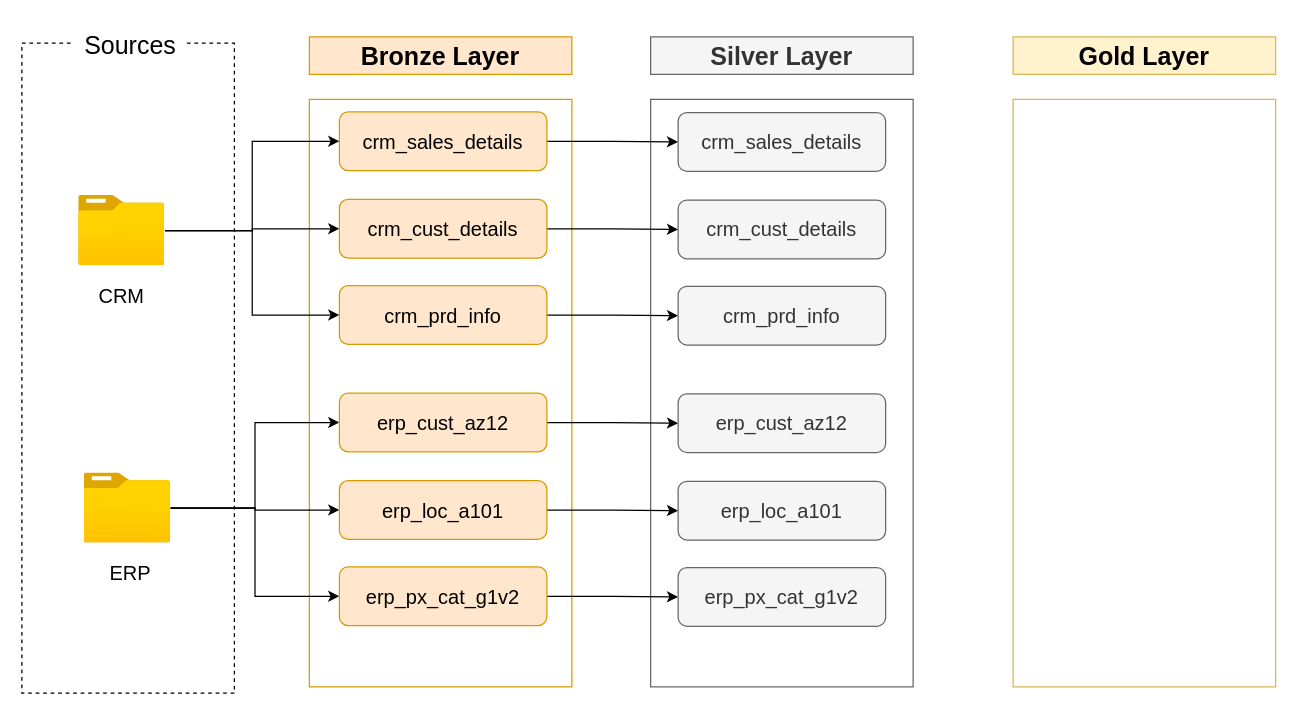
pietro-cg/sql-data-warehouse-project keeps this draw.io diagram as docs/Data Flow Diagram.drawio. Above is the earlier version. Source tidied: cells renumbered, new cells numbered last; positions are measured from the earlier drawing's top-left corner, leaving out a move shared by most shapes. Both pictures are drawn from the tidied source at 125%, with x=0, y=0 at pixel (21, 21).
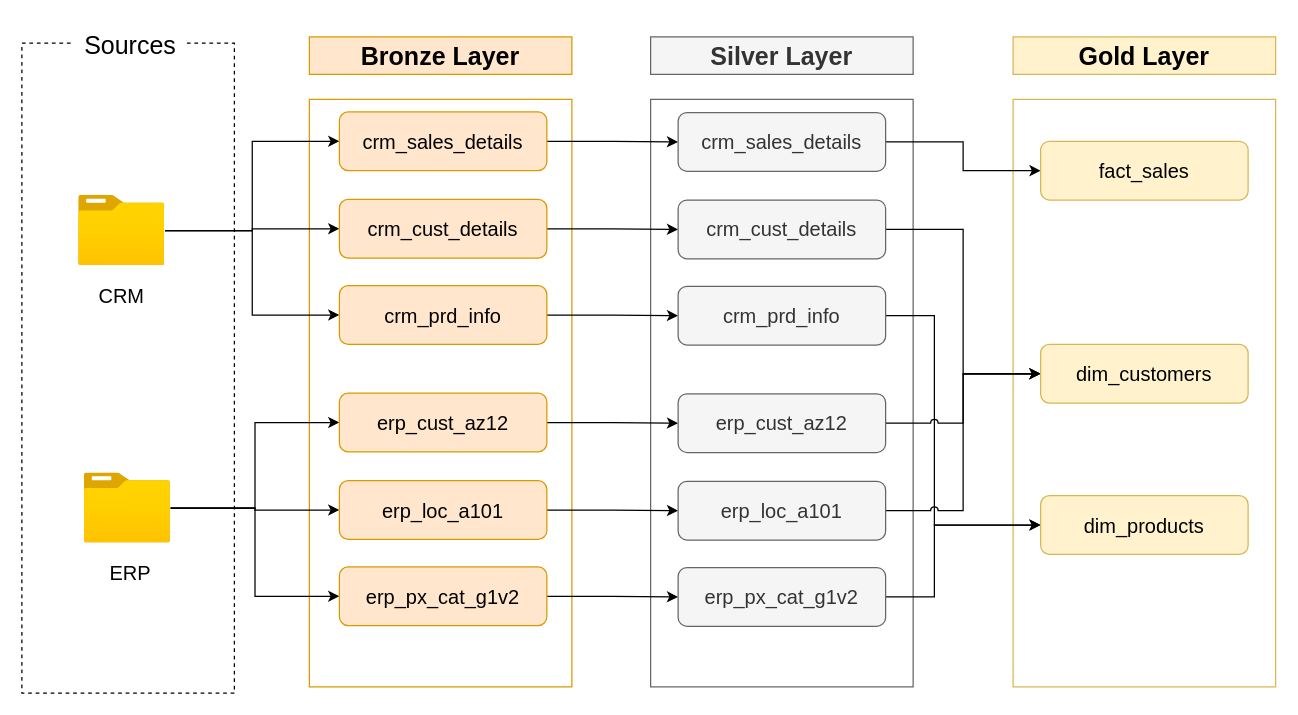
Above is the later version.

Commit message (it also covers changes not shown here):
Updated Data Flow Diagram and Consolidated all the gold view scripts into a single DDL script

The change refers to these unchanged cells:
```xml
<mxCell id="32" value="crm_sales_details" style="rounded=1;whiteSpace=wrap;html=1;fillColor=#f5f5f5;strokeColor=#666666;fontSize=16;fontColor=#333333;" parent="1" vertex="1">
  <mxGeometry x="525" y="72.5" width="166" height="47" as="geometry" />
</mxCell>
<mxCell id="33" value="crm_cust_details" style="rounded=1;whiteSpace=wrap;html=1;fillColor=#f5f5f5;strokeColor=#666666;fontSize=16;fontColor=#333333;" parent="1" vertex="1">
  <mxGeometry x="525" y="142.5" width="166" height="47" as="geometry" />
</mxCell>
<mxCell id="34" value="crm_prd_info" style="rounded=1;whiteSpace=wrap;html=1;fillColor=#f5f5f5;strokeColor=#666666;fontSize=16;fontColor=#333333;" parent="1" vertex="1">
  <mxGeometry x="525" y="211.5" width="166" height="47" as="geometry" />
</mxCell>
<mxCell id="35" value="erp_cust_az12" style="rounded=1;whiteSpace=wrap;html=1;fillColor=#f5f5f5;strokeColor=#666666;fontSize=16;fontColor=#333333;" parent="1" vertex="1">
  <mxGeometry x="525" y="297.5" width="166" height="47" as="geometry" />
</mxCell>
<mxCell id="36" value="erp_loc_a101" style="rounded=1;whiteSpace=wrap;html=1;fillColor=#f5f5f5;strokeColor=#666666;fontSize=16;fontColor=#333333;" parent="1" vertex="1">
  <mxGeometry x="525" y="367.5" width="166" height="47" as="geometry" />
</mxCell>
<mxCell id="37" value="erp_px_cat_g1v2" style="rounded=1;whiteSpace=wrap;html=1;fillColor=#f5f5f5;strokeColor=#666666;fontSize=16;fontColor=#333333;" parent="1" vertex="1">
  <mxGeometry x="525" y="436.5" width="166" height="47" as="geometry" />
</mxCell>
```

Diff of the diagram source:
```diff
@@
+    <mxCell id="38" style="edgeStyle=orthogonalEdgeStyle;rounded=0;jettySize=auto;html=1;jumpStyle=arc;" parent="1" edge="1" source="32" target="44">
+      <mxGeometry relative="1" as="geometry" />
+    </mxCell>
@@
+    <mxCell id="39" style="edgeStyle=orthogonalEdgeStyle;rounded=0;jettySize=auto;html=1;entryX=0;entryY=0.5;entryDx=0;entryDy=0;jumpStyle=arc;" parent="1" edge="1" source="33" target="45">
+      <mxGeometry relative="1" as="geometry" />
+    </mxCell>
@@
+    <mxCell id="40" style="edgeStyle=orthogonalEdgeStyle;rounded=0;jettySize=auto;html=1;entryX=0;entryY=0.5;entryDx=0;entryDy=0;jumpStyle=arc;" parent="1" edge="1" source="34" target="46">
+      <mxGeometry relative="1" as="geometry">
+        <Array as="points">
+          <mxPoint x="730" y="235" />
+          <mxPoint x="730" y="403" />
+        </Array>
+      </mxGeometry>
+    </mxCell>
@@
+    <mxCell id="41" style="edgeStyle=orthogonalEdgeStyle;rounded=0;jettySize=auto;html=1;entryX=0;entryY=0.5;entryDx=0;entryDy=0;jumpStyle=arc;" parent="1" edge="1" source="35" target="45">
+      <mxGeometry relative="1" as="geometry" />
+    </mxCell>
@@
+    <mxCell id="42" style="edgeStyle=orthogonalEdgeStyle;rounded=0;jettySize=auto;html=1;entryX=0;entryY=0.5;entryDx=0;entryDy=0;jumpStyle=arc;" parent="1" edge="1" source="36" target="45">
+      <mxGeometry relative="1" as="geometry" />
+    </mxCell>
@@
+    <mxCell id="43" style="edgeStyle=orthogonalEdgeStyle;rounded=0;jettySize=auto;html=1;entryX=0;entryY=0.5;entryDx=0;entryDy=0;jumpStyle=arc;" parent="1" edge="1" source="37" target="46">
+      <mxGeometry relative="1" as="geometry">
+        <Array as="points">
+          <mxPoint x="730" y="460" />
+          <mxPoint x="730" y="403" />
+        </Array>
+      </mxGeometry>
+    </mxCell>
@@
+    <mxCell id="44" value="fact_sales" style="rounded=1;whiteSpace=wrap;html=1;fillColor=#fff2cc;strokeColor=#d6b656;fontSize=16;" parent="1" vertex="1">
+      <mxGeometry x="815" y="95.5" width="166" height="47" as="geometry" />
+    </mxCell>
+    <mxCell id="45" value="dim_customers" style="rounded=1;whiteSpace=wrap;html=1;fillColor=#fff2cc;strokeColor=#d6b656;fontSize=16;" parent="1" vertex="1">
+      <mxGeometry x="815" y="258" width="166" height="47" as="geometry" />
+    </mxCell>
+    <mxCell id="46" value="dim_products" style="rounded=1;whiteSpace=wrap;html=1;fillColor=#fff2cc;strokeColor=#d6b656;fontSize=16;" parent="1" vertex="1">
+      <mxGeometry x="815" y="379" width="166" height="47" as="geometry" />
+    </mxCell>
```
